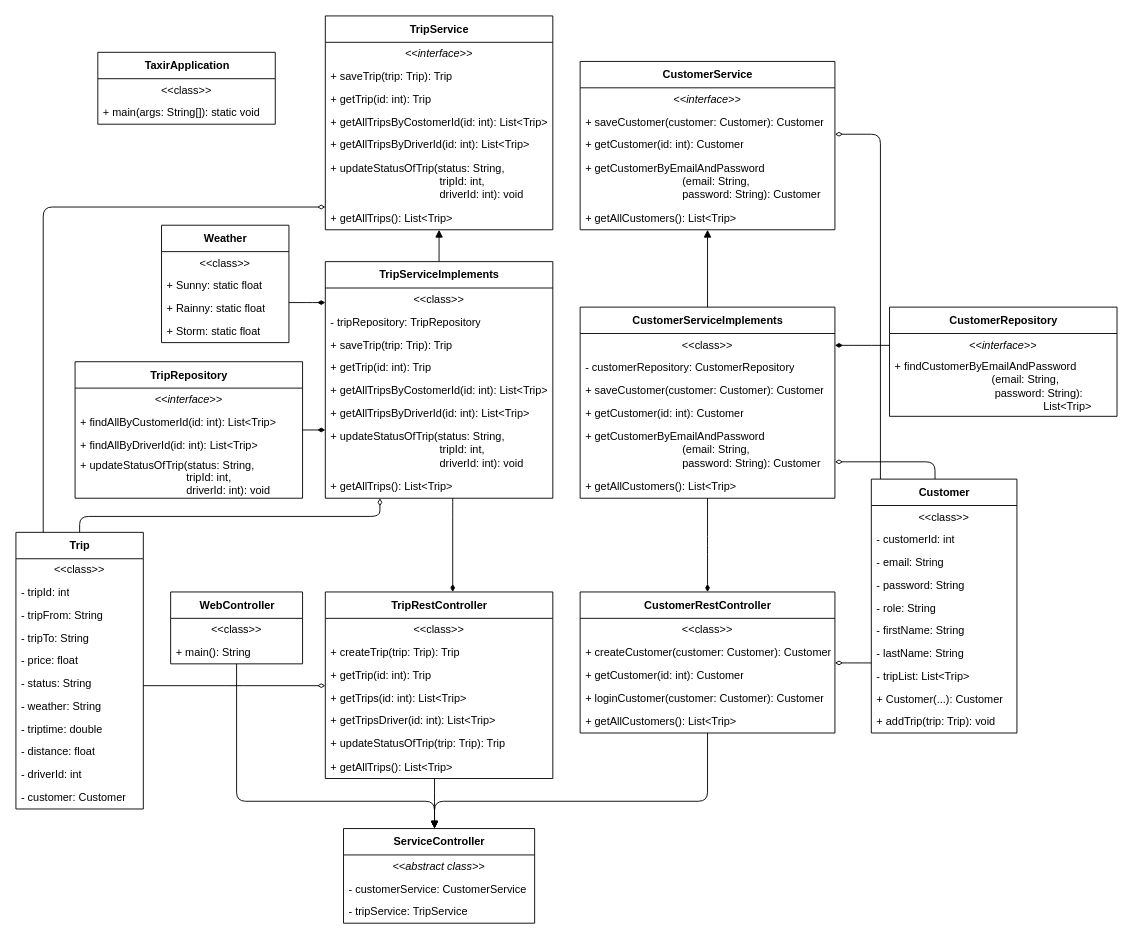
Before: class UML.drawio in VanyaKupnevskij/taxir_client, a draw.io diagram. Source tidied: cells renumbered, new cells numbered last; positions are measured from the earlier drawing's top-left corner, leaving out a move shared by most shapes. Both pictures are drawn from the tidied source at 91%, with x=0, y=0 at pixel (15, 15).
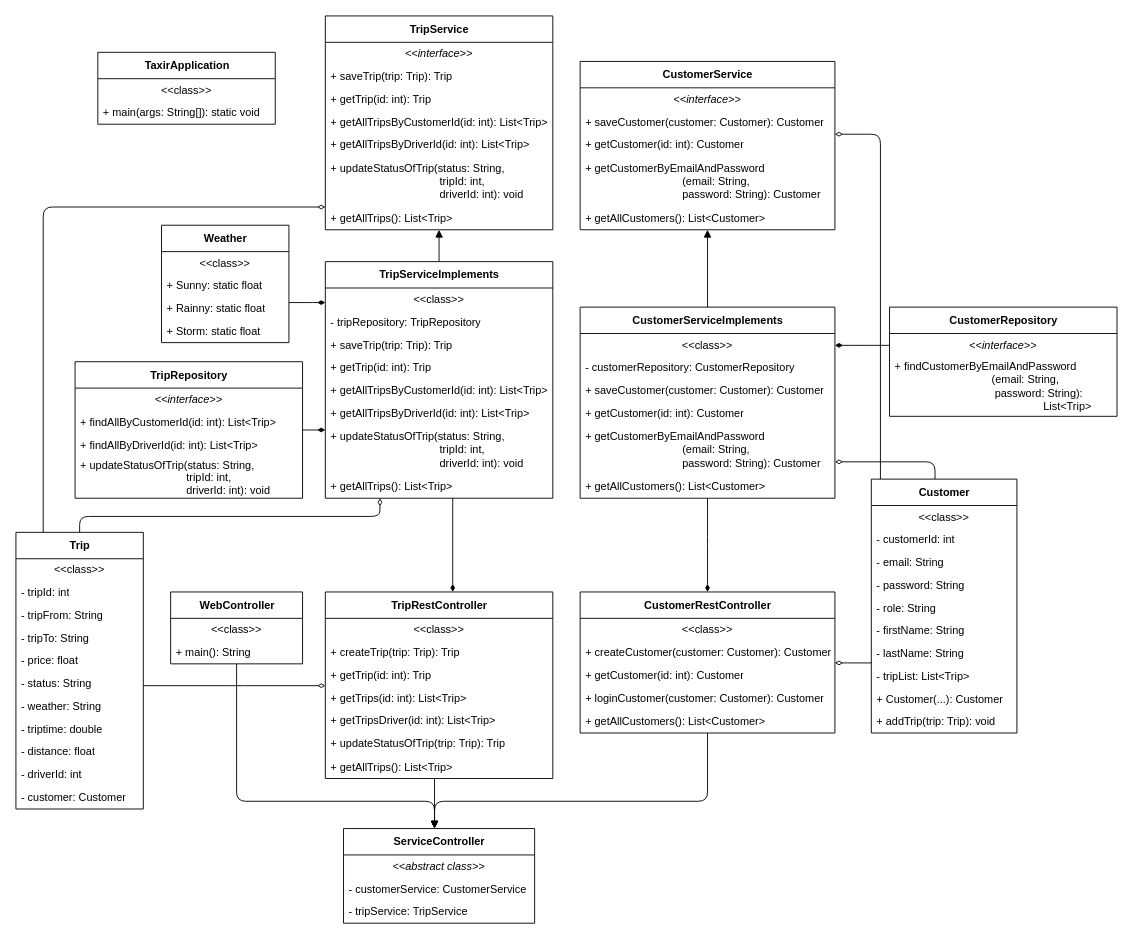
Above is the later version.

Unchanged cells that the change refers to:
```xml
<mxCell id="40" value="TripService" style="swimlane;fontStyle=1;align=center;verticalAlign=middle;horizontal=1;startSize=29;html=1;" parent="1" vertex="1">
  <mxGeometry x="340" width="250" height="235" as="geometry" />
</mxCell>
<mxCell id="48" value="CustomerService" style="swimlane;fontStyle=1;align=center;verticalAlign=middle;horizontal=1;startSize=29;html=1;" parent="1" vertex="1">
  <mxGeometry x="620" y="50" width="280" height="185" as="geometry" />
</mxCell>
<mxCell id="56" value="CustomerServiceImplements" style="swimlane;fontStyle=1;align=center;verticalAlign=middle;horizontal=1;startSize=29;html=1;" parent="1" vertex="1">
  <mxGeometry x="620" y="320" width="280" height="210" as="geometry" />
</mxCell>
<mxCell id="65" value="TripServiceImplements" style="swimlane;fontStyle=1;align=center;verticalAlign=middle;horizontal=1;startSize=29;html=1;" parent="1" vertex="1">
  <mxGeometry x="340" y="270" width="250" height="260" as="geometry" />
</mxCell>
<mxCell id="90" value="CustomerRestController" style="swimlane;fontStyle=1;align=center;verticalAlign=middle;horizontal=1;startSize=29;html=1;" parent="1" vertex="1">
  <mxGeometry x="620" y="633" width="280" height="155" as="geometry" />
</mxCell>
```

Diff of the diagram source:
```diff
@@
-    <mxCell id="44" value="+ getAllTripsByCostomerId(id: int): List&amp;lt;Trip&amp;gt;" style="text;html=1;strokeColor=none;fillColor=none;align=left;verticalAlign=middle;spacingLeft=4;spacingRight=4;overflow=hidden;" parent="40" vertex="1">
+    <mxCell id="44" value="+ getAllTripsByCustomerId(id: int): List&amp;lt;Trip&amp;gt;" style="text;html=1;strokeColor=none;fillColor=none;align=left;verticalAlign=middle;spacingLeft=4;spacingRight=4;overflow=hidden;" parent="40" vertex="1">
       <mxGeometry y="104" width="250" height="25" as="geometry" />
     </mxCell>
@@
-    <mxCell id="53" value="+ getAllCustomers(): List&amp;lt;Trip&amp;gt;" style="text;html=1;strokeColor=none;fillColor=none;align=left;verticalAlign=middle;spacingLeft=4;spacingRight=4;overflow=hidden;" parent="48" vertex="1">
+    <mxCell id="53" value="+ getAllCustomers(): List&amp;lt;Customer&amp;gt;" style="text;html=1;strokeColor=none;fillColor=none;align=left;verticalAlign=middle;spacingLeft=4;spacingRight=4;overflow=hidden;" parent="48" vertex="1">
       <mxGeometry y="160" width="280" height="25" as="geometry" />
     </mxCell>
@@
-    <mxCell id="62" value="+ getAllCustomers(): List&amp;lt;Trip&amp;gt;" style="text;html=1;strokeColor=none;fillColor=none;align=left;verticalAlign=middle;spacingLeft=4;spacingRight=4;overflow=hidden;" parent="56" vertex="1">
+    <mxCell id="62" value="+ getAllCustomers(): List&amp;lt;Customer&amp;gt;" style="text;html=1;strokeColor=none;fillColor=none;align=left;verticalAlign=middle;spacingLeft=4;spacingRight=4;overflow=hidden;" parent="56" vertex="1">
       <mxGeometry y="185" width="280" height="25" as="geometry" />
     </mxCell>
@@
-    <mxCell id="70" value="+ getAllTripsByCostomerId(id: int): List&amp;lt;Trip&amp;gt;" style="text;html=1;strokeColor=none;fillColor=none;align=left;verticalAlign=middle;spacingLeft=4;spacingRight=4;overflow=hidden;" parent="65" vertex="1">
+    <mxCell id="70" value="+ getAllTripsByCustomerId(id: int): List&amp;lt;Trip&amp;gt;" style="text;html=1;strokeColor=none;fillColor=none;align=left;verticalAlign=middle;spacingLeft=4;spacingRight=4;overflow=hidden;" parent="65" vertex="1">
       <mxGeometry y="129" width="250" height="25" as="geometry" />
     </mxCell>
@@
-    <mxCell id="95" value="+ getAllCustomers(): List&amp;lt;Trip&amp;gt;" style="text;html=1;strokeColor=none;fillColor=none;align=left;verticalAlign=middle;spacingLeft=4;spacingRight=4;overflow=hidden;" parent="90" vertex="1">
+    <mxCell id="95" value="+ getAllCustomers(): List&amp;lt;Customer&amp;gt;" style="text;html=1;strokeColor=none;fillColor=none;align=left;verticalAlign=middle;spacingLeft=4;spacingRight=4;overflow=hidden;" parent="90" vertex="1">
       <mxGeometry y="130" width="280" height="25" as="geometry" />
     </mxCell>
```
